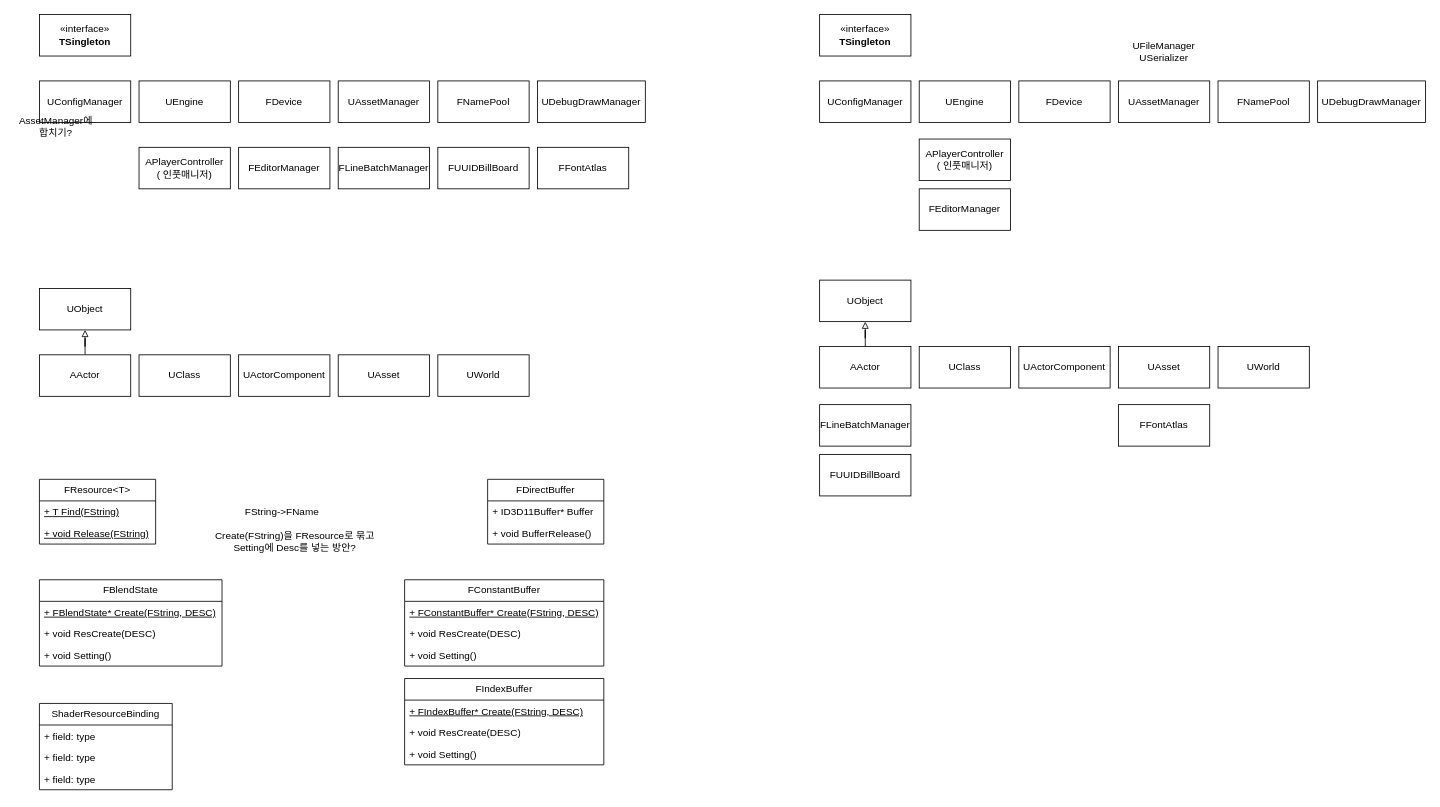
This is classDIagram.drawio from botteyu1/Week2-Engine, a draw.io file, before an edit. Source tidied: cells renumbered, new cells numbered last; positions are measured from the earlier drawing's top-left corner, leaving out a move shared by most shapes. Both pictures are drawn from the tidied source at 83%, with x=0, y=0 at pixel (14, 14).
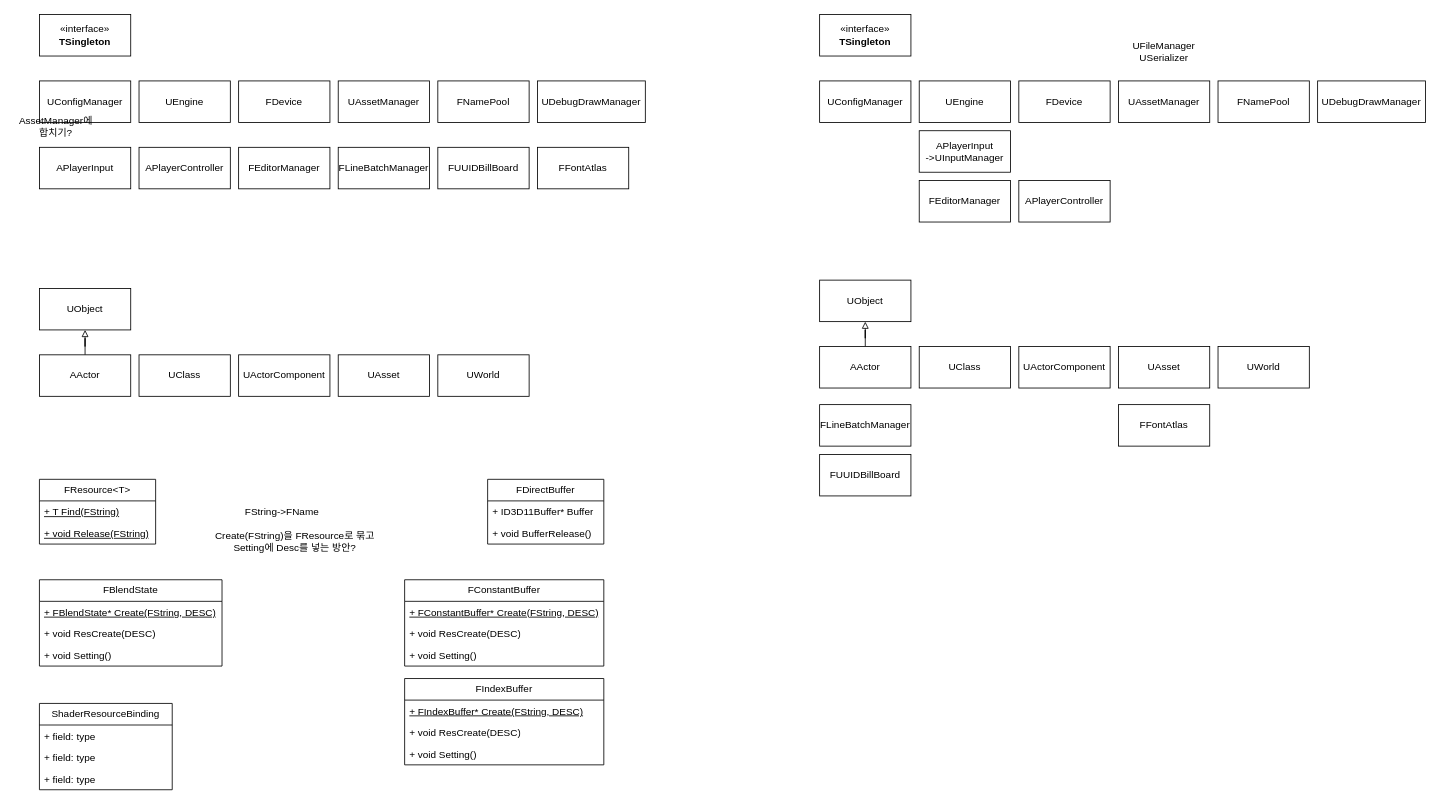
Above is the later version.

Change to the diagram source:
```diff
@@
-    <mxCell id="5" value="APlayerController&lt;br&gt;( 인풋매니저)" style="html=1;whiteSpace=wrap;" parent="1" vertex="1">
+    <mxCell id="5" value="APlayerController" style="html=1;whiteSpace=wrap;" parent="1" vertex="1">
       <mxGeometry x="150" y="160" width="110" height="50" as="geometry" />
     </mxCell>
@@
-    <mxCell id="45" value="APlayerController&lt;br&gt;( 인풋매니저)" style="html=1;whiteSpace=wrap;" parent="1" vertex="1">
-      <mxGeometry x="1090" y="150" width="110" height="50" as="geometry" />
+    <mxCell id="45" value="APlayerInput&lt;div&gt;-&amp;gt;UInputManager&lt;/div&gt;" style="html=1;whiteSpace=wrap;" parent="1" vertex="1">
+      <mxGeometry x="1090" y="140" width="110" height="50" as="geometry" />
     </mxCell>
@@
     <mxCell id="51" value="FEditorManager" style="html=1;whiteSpace=wrap;" parent="1" vertex="1">
-      <mxGeometry x="1090" y="210" width="110" height="50" as="geometry" />
+      <mxGeometry x="1090" y="200" width="110" height="50" as="geometry" />
     </mxCell>
@@
+    <mxCell id="66" value="APlayerInput" style="html=1;whiteSpace=wrap;" parent="1" vertex="1">
+      <mxGeometry x="30" y="160" width="110" height="50" as="geometry" />
+    </mxCell>
+    <mxCell id="67" value="APlayerController" style="html=1;whiteSpace=wrap;" parent="1" vertex="1">
+      <mxGeometry x="1210" y="200" width="110" height="50" as="geometry" />
+    </mxCell>
```
